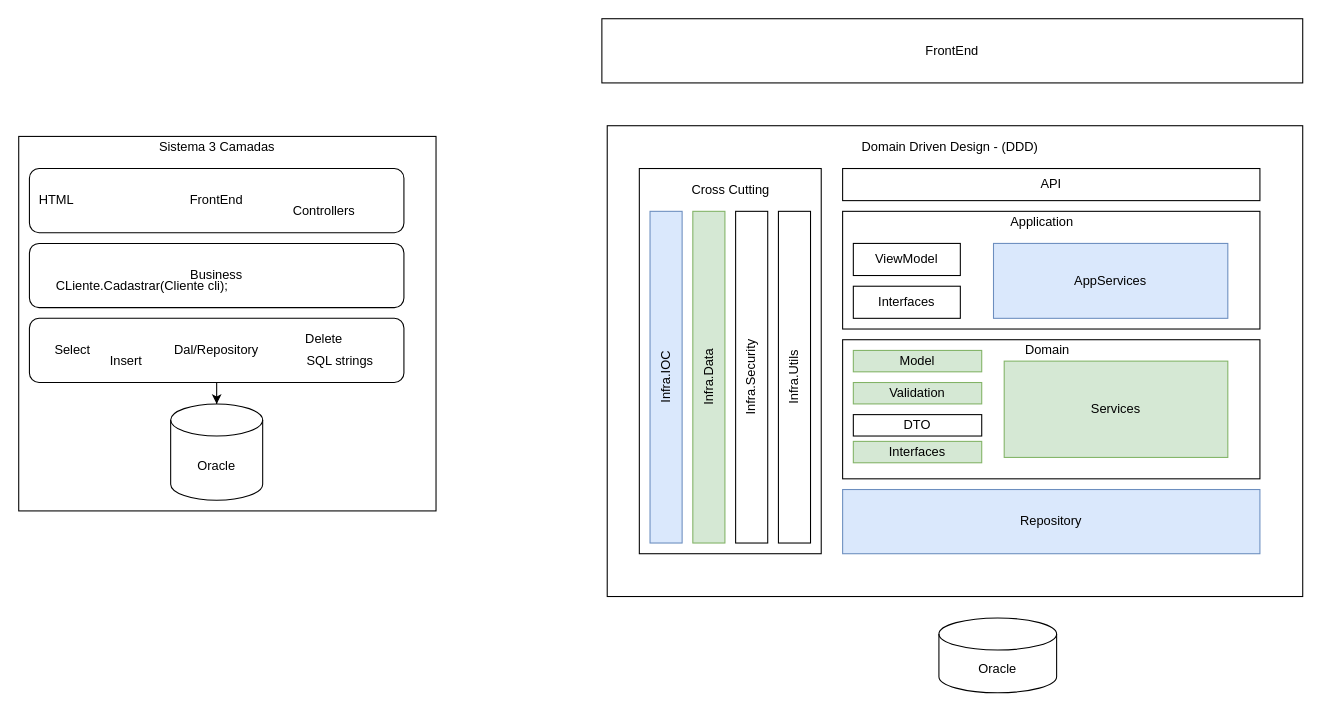
The draw.io diagram page "DDD" (1 of 4) of docs/diagrams.drawio in lfv500/LuBank, before the edit. Source tidied: cells renumbered, new cells numbered last; positions are measured from the earlier drawing's top-left corner, leaving out a move shared by most shapes. Both pictures are drawn from the tidied source at 107%, with x=0, y=0 at pixel (18, 18).
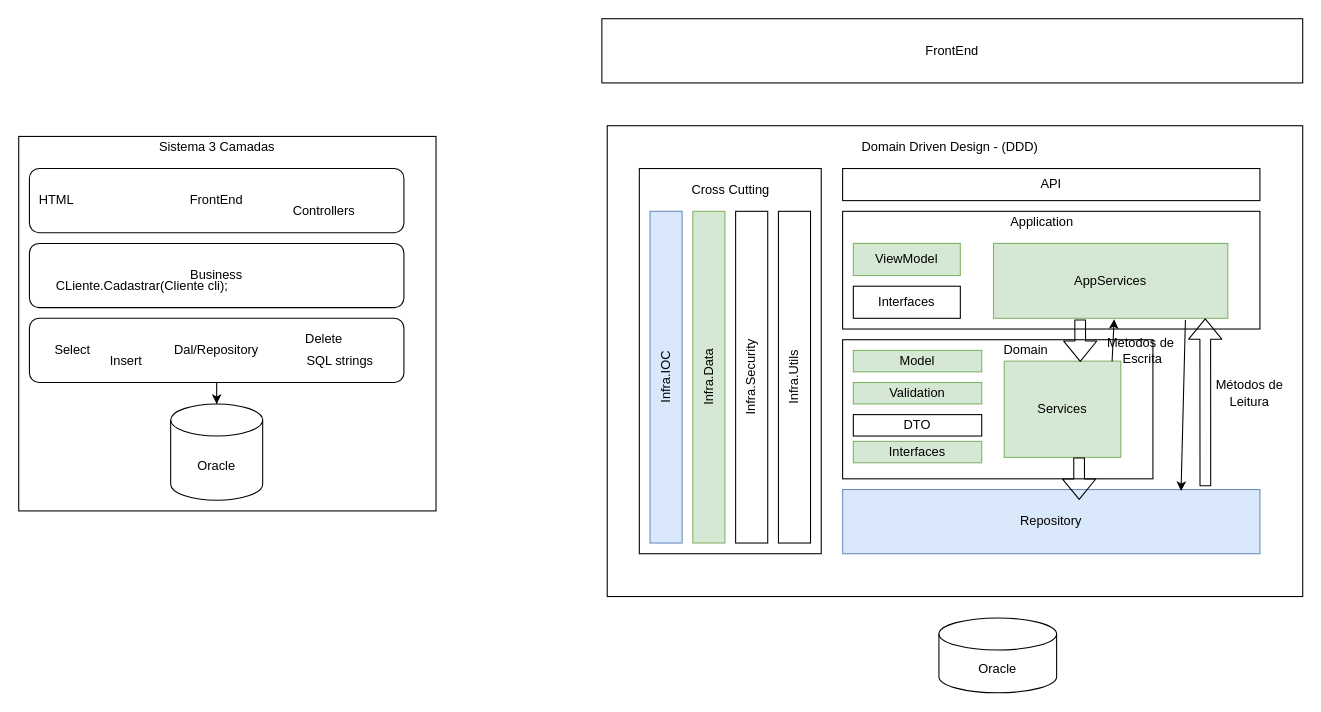
The same page after the edit.

Commit message (it also covers changes not shown here):
Implementação de AutoMapper, Domain Services e AppServices

The change refers to these unchanged cells:
```xml
<mxCell id="20" value="Repository" style="rounded=0;whiteSpace=wrap;html=1;fillColor=#dae8fc;strokeColor=#6c8ebf;" parent="1" vertex="1">
  <mxGeometry x="770" y="440" width="390" height="60" as="geometry" />
</mxCell>
```

Change to the diagram source:
```diff
@@
     <mxCell id="22" style="rounded=0;whiteSpace=wrap;html=1;" parent="1" vertex="1">
-      <mxGeometry x="770" y="300" width="390" height="130" as="geometry" />
+      <mxGeometry x="770" y="300" width="290" height="130" as="geometry" />
     </mxCell>
     <mxCell id="23" value="Domain" style="text;html=1;align=center;verticalAlign=middle;" parent="1" vertex="1">
-      <mxGeometry x="931" y="300" width="60" height="20" as="geometry" />
+      <mxGeometry x="911" y="300" width="60" height="20" as="geometry" />
     </mxCell>
@@
-    <mxCell id="29" value="AppServices" style="rounded=0;whiteSpace=wrap;html=1;fillColor=#dae8fc;strokeColor=#6c8ebf;" parent="1" vertex="1">
+    <mxCell id="29" value="AppServices" style="rounded=0;whiteSpace=wrap;html=1;fillColor=#d5e8d4;strokeColor=#82b366;" parent="1" vertex="1">
       <mxGeometry x="911" y="210" width="219" height="70" as="geometry" />
     </mxCell>
-    <mxCell id="30" value="ViewModel" style="rounded=0;whiteSpace=wrap;html=1;" parent="1" vertex="1">
+    <mxCell id="30" value="ViewModel" style="rounded=0;whiteSpace=wrap;html=1;fillColor=#d5e8d4;strokeColor=#82b366;" parent="1" vertex="1">
       <mxGeometry x="780" y="210" width="100" height="30" as="geometry" />
     </mxCell>
@@
     <mxCell id="32" value="Services" style="rounded=0;whiteSpace=wrap;html=1;fillColor=#d5e8d4;strokeColor=#82b366;" parent="1" vertex="1">
-      <mxGeometry x="921" y="320" width="209" height="90" as="geometry" />
+      <mxGeometry x="921" y="320" width="109" height="90" as="geometry" />
     </mxCell>
@@
+    <mxCell id="40" style="shape=flexArrow;endArrow=classic;html=1;entryX=0.922;entryY=1;entryDx=0;entryDy=0;entryPerimeter=0;" parent="1" edge="1">
+      <mxGeometry relative="1" as="geometry">
+        <mxPoint x="1109" y="437" as="sourcePoint" />
+        <mxPoint x="1108.9" y="280" as="targetPoint" />
+      </mxGeometry>
+    </mxCell>
+    <mxCell id="41" style="shape=flexArrow;endArrow=classic;html=1;entryX=0.845;entryY=0.008;entryDx=0;entryDy=0;entryPerimeter=0;" parent="1" edge="1">
+      <mxGeometry relative="1" as="geometry">
+        <mxPoint x="992" y="281" as="sourcePoint" />
+        <mxPoint x="992.1" y="320.7" as="targetPoint" />
+      </mxGeometry>
+    </mxCell>
+    <mxCell id="42" style="shape=flexArrow;endArrow=classic;html=1;entryX=0.845;entryY=0.008;entryDx=0;entryDy=0;entryPerimeter=0;" parent="1" edge="1">
+      <mxGeometry relative="1" as="geometry">
+        <mxPoint x="991" y="410" as="sourcePoint" />
+        <mxPoint x="991.1" y="449.7" as="targetPoint" />
+      </mxGeometry>
+    </mxCell>
+    <mxCell id="43" style="endArrow=classic;html=1;exitX=0.819;exitY=1.021;exitDx=0;exitDy=0;exitPerimeter=0;entryX=0.811;entryY=0.024;entryDx=0;entryDy=0;entryPerimeter=0;" parent="1" edge="1" source="29" target="20">
+      <mxGeometry relative="1" as="geometry" />
+    </mxCell>
+    <mxCell id="44" value="Métodos de&lt;br&gt;Leitura" style="text;html=1;align=center;verticalAlign=middle;" parent="1" vertex="1">
+      <mxGeometry x="1110" y="335" width="80" height="30" as="geometry" />
+    </mxCell>
+    <mxCell id="45" style="endArrow=classic;html=1;entryX=0.515;entryY=1.011;entryDx=0;entryDy=0;entryPerimeter=0;exitX=0.925;exitY=0.004;exitDx=0;exitDy=0;exitPerimeter=0;" parent="1" edge="1" source="32" target="29">
+      <mxGeometry relative="1" as="geometry" />
+    </mxCell>
+    <mxCell id="46" value="Metodos de&amp;nbsp;&lt;br&gt;Escrita" style="text;html=1;align=center;verticalAlign=middle;" parent="1" vertex="1">
+      <mxGeometry x="1010" y="295" width="80" height="30" as="geometry" />
+    </mxCell>
```
